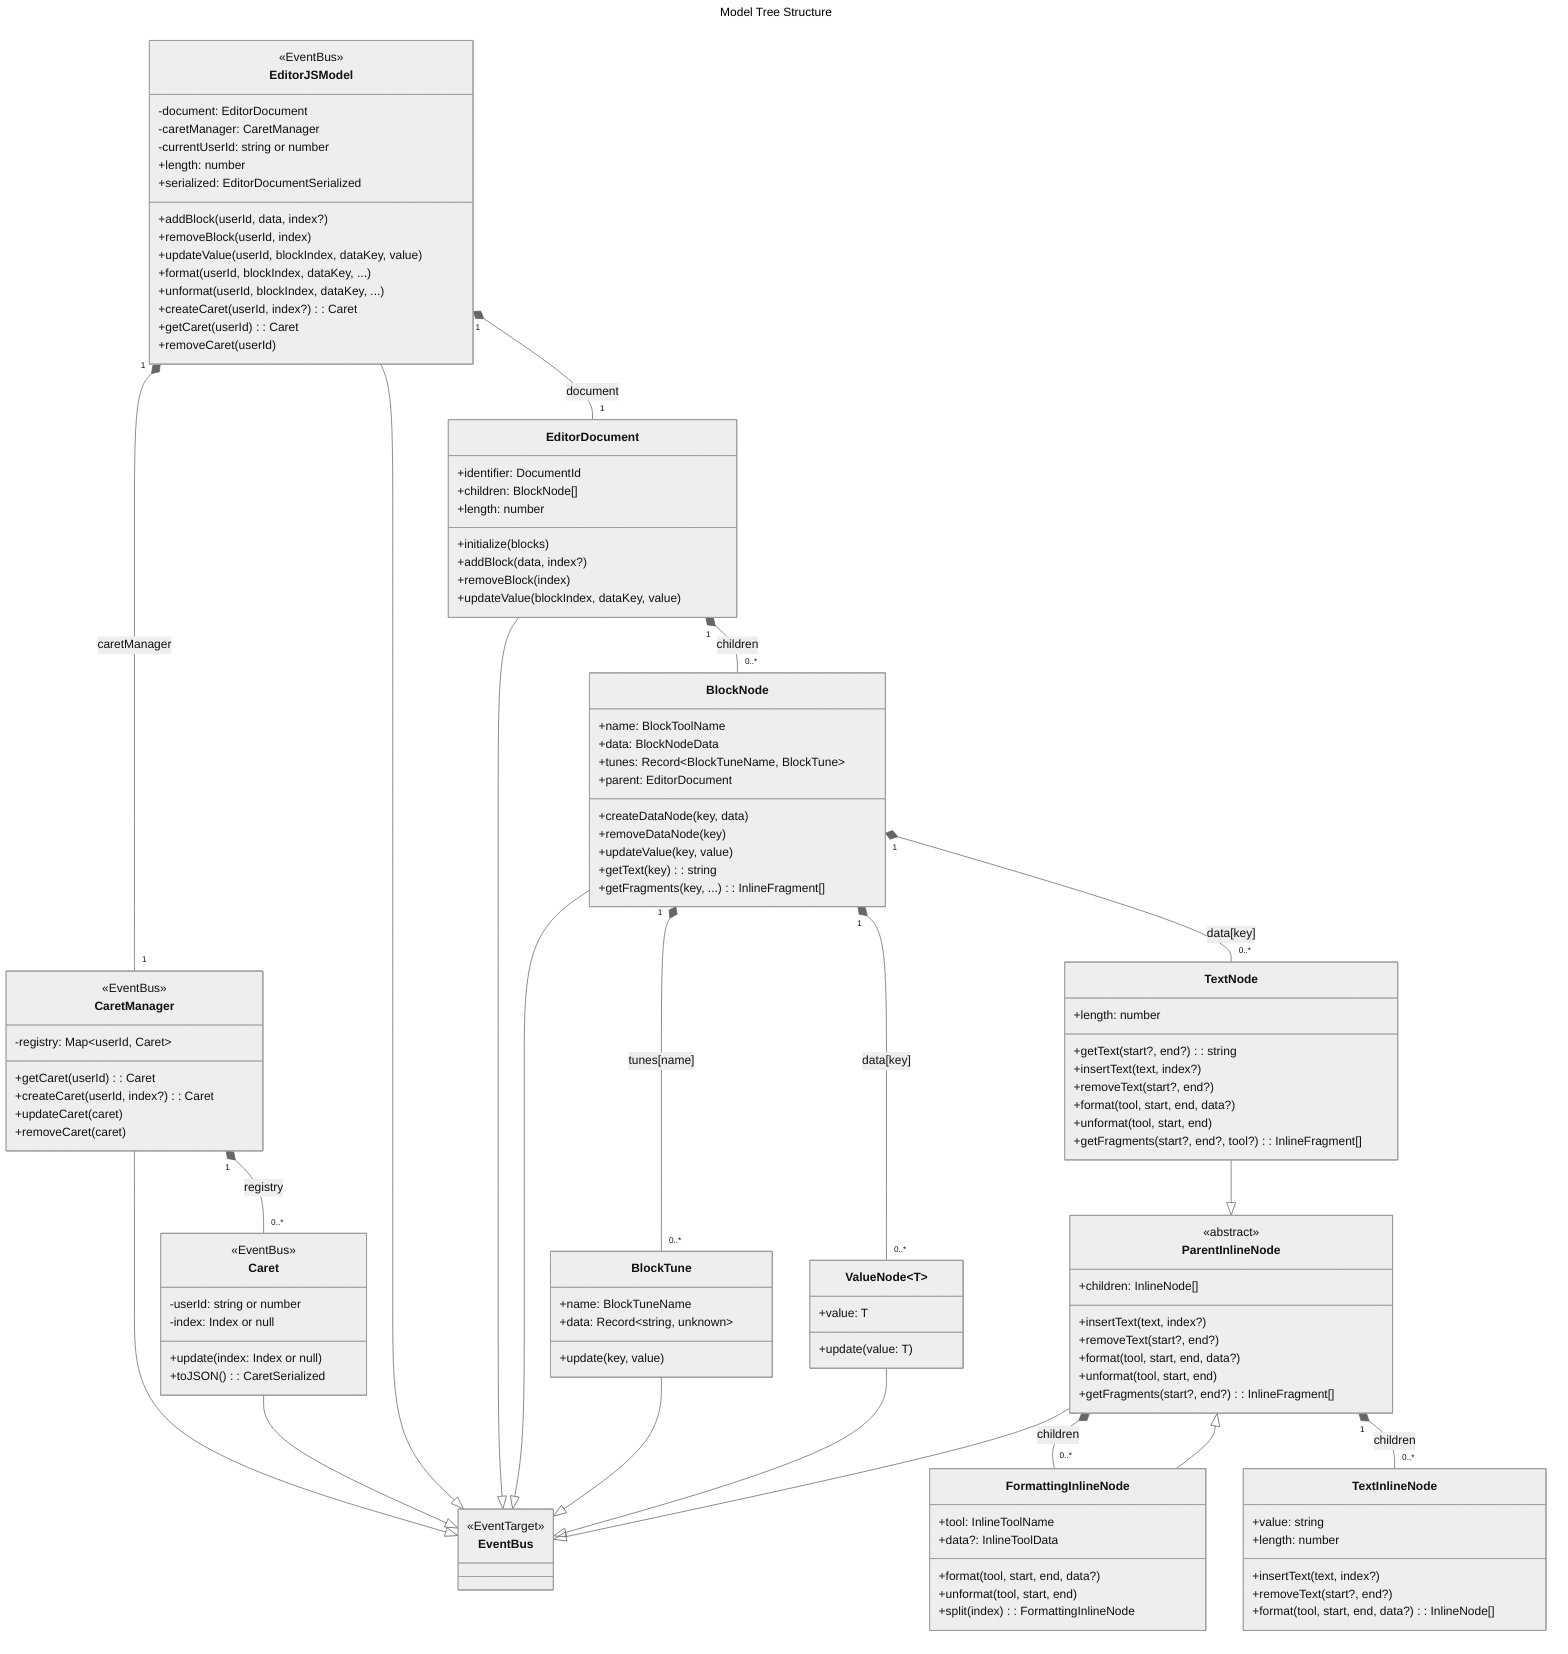
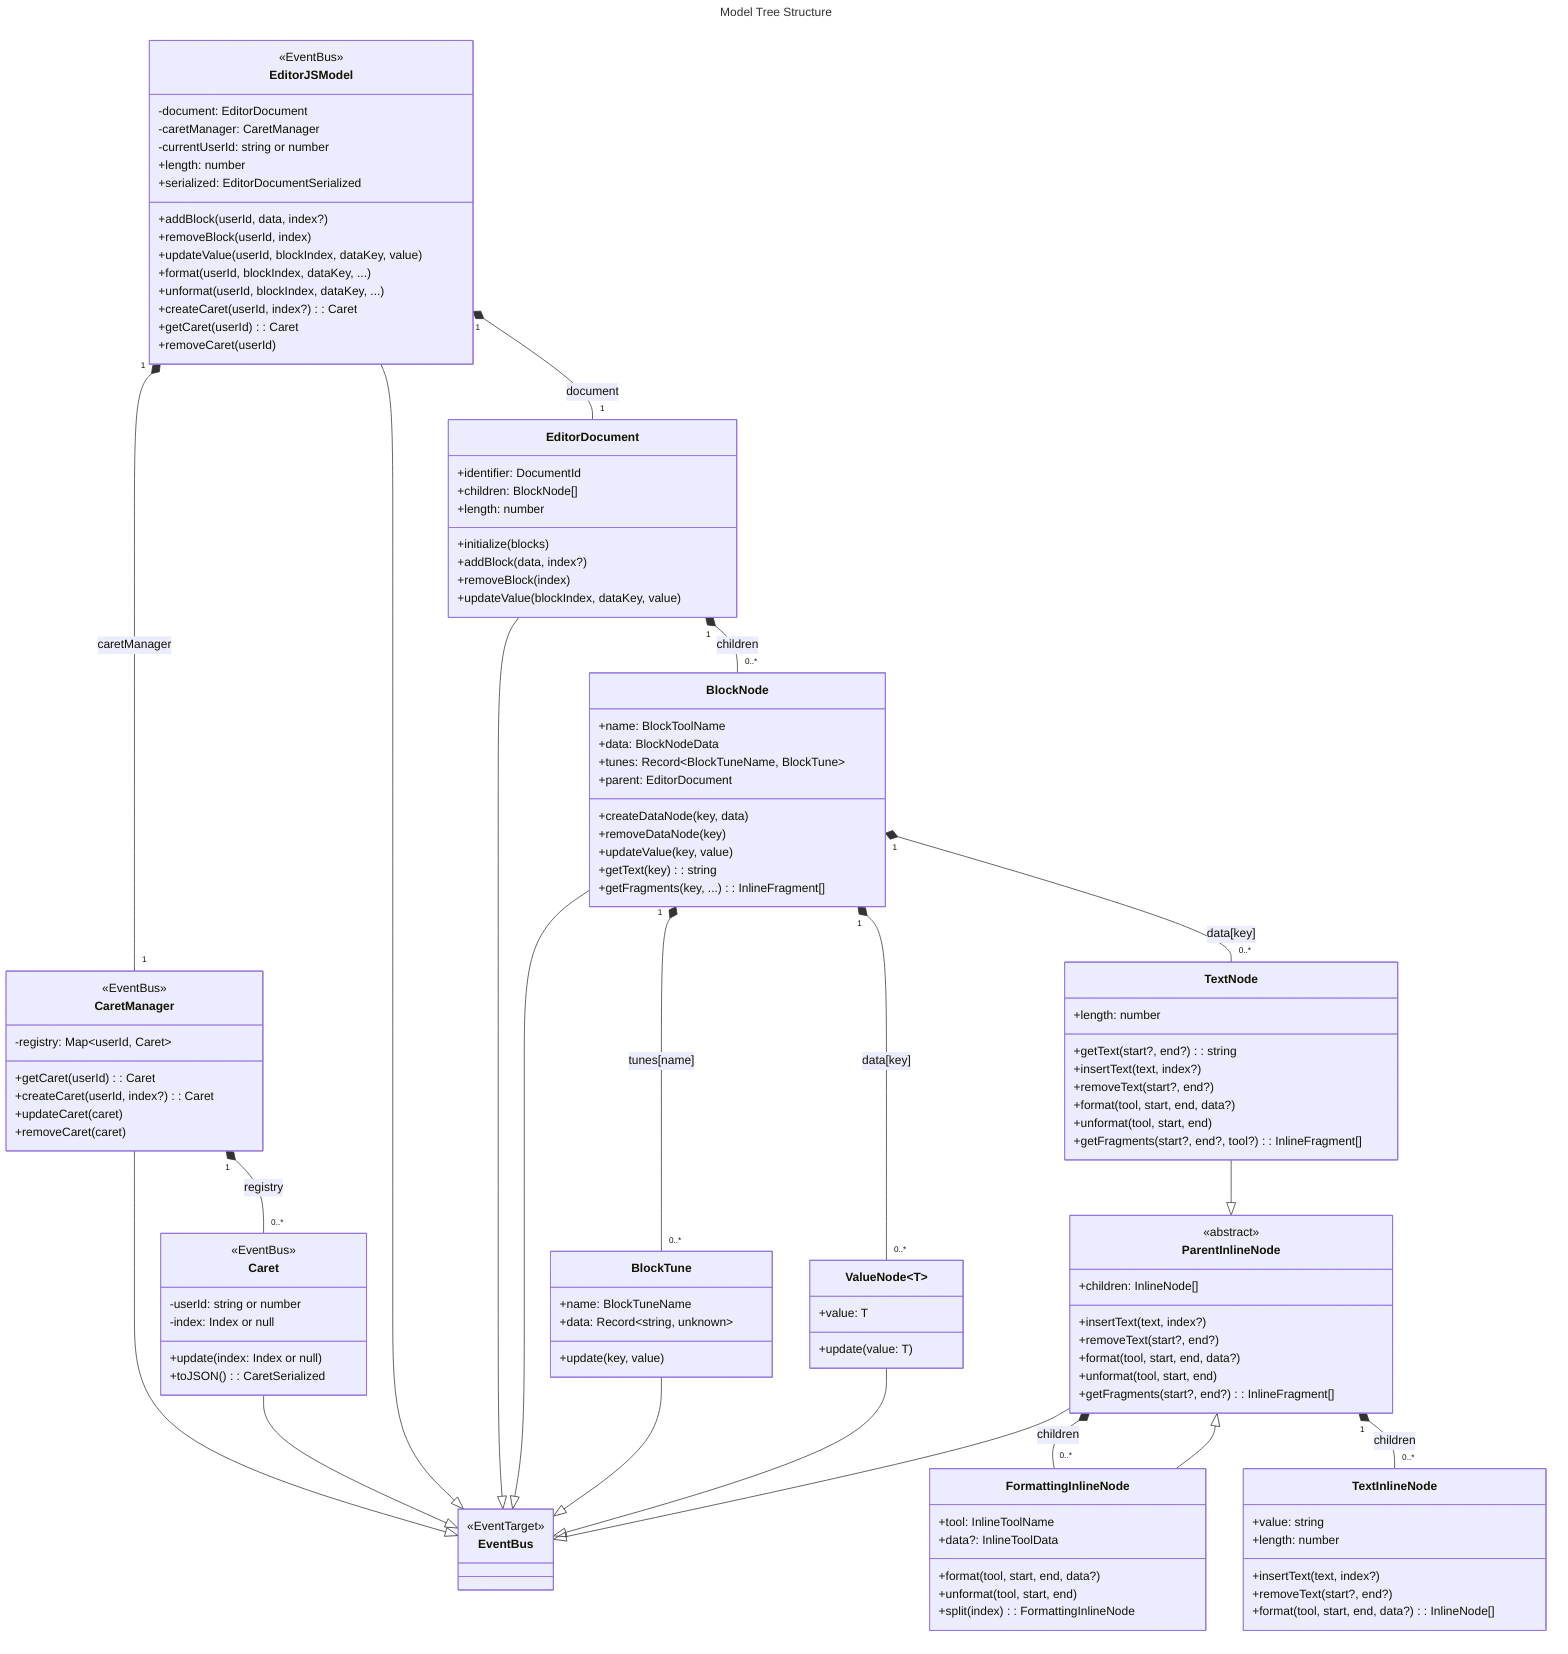
---
title: Model Tree Structure
- config:
-   theme: neutral
+ 
---
%% See: ../model.md
classDiagram
  direction TB


  %% ── Document tree ────────────────────────────────
  class EditorJSModel {
    <<EventBus>>
    -document: EditorDocument
    -caretManager: CaretManager
    -currentUserId: string or number
    +length: number
    +serialized: EditorDocumentSerialized
    +addBlock(userId, data, index?)
    +removeBlock(userId, index)
    +updateValue(userId, blockIndex, dataKey, value)
    +format(userId, blockIndex, dataKey, ...)
    +unformat(userId, blockIndex, dataKey, ...)
    +createCaret(userId, index?): Caret
    +getCaret(userId): Caret
    +removeCaret(userId)
  }

  class EditorDocument {
    +identifier: DocumentId
    +children: BlockNode[]
    +length: number
    +initialize(blocks)
    +addBlock(data, index?)
    +removeBlock(index)
    +updateValue(blockIndex, dataKey, value)
  }

  class BlockNode {
    +name: BlockToolName
    +data: BlockNodeData
    +tunes: Record~BlockTuneName, BlockTune~
    +parent: EditorDocument
    +createDataNode(key, data)
    +removeDataNode(key)
    +updateValue(key, value)
    +getText(key): string
    +getFragments(key, ...): InlineFragment[]
  }

  class BlockTune {
    +name: BlockTuneName
    +data: Record~string, unknown~
    +update(key, value)
  }

  class TextNode {
    +length: number
    +getText(start?, end?): string
    +insertText(text, index?)
    +removeText(start?, end?)
    +format(tool, start, end, data?)
    +unformat(tool, start, end)
    +getFragments(start?, end?, tool?): InlineFragment[]
  }

  class ValueNode~T~ {
    +value: T
    +update(value: T)
  }

  class ParentInlineNode {
    <<abstract>>
    +children: InlineNode[]
    +insertText(text, index?)
    +removeText(start?, end?)
    +format(tool, start, end, data?)
    +unformat(tool, start, end)
    +getFragments(start?, end?): InlineFragment[]
  }

  class FormattingInlineNode {
    +tool: InlineToolName
    +data?: InlineToolData
    +format(tool, start, end, data?)
    +unformat(tool, start, end)
    +split(index): FormattingInlineNode
  }

  class TextInlineNode {
    +value: string
    +length: number
    +insertText(text, index?)
    +removeText(start?, end?)
    +format(tool, start, end, data?): InlineNode[]
  }

  %% ── Caret management ─────────────────────────────
  class CaretManager {
    <<EventBus>>
    -registry: Map~userId, Caret~
    +getCaret(userId): Caret
    +createCaret(userId, index?): Caret
    +updateCaret(caret)
    +removeCaret(caret)
  }

  class Caret {
    <<EventBus>>
    -userId: string or number
    -index: Index or null
    +update(index: Index or null)
    +toJSON(): CaretSerialized
  }

  %% ── Base ─────────────────────────────────────────
  class EventBus {
    <<EventTarget>>
  }

  %% EventBus inheritance
  CaretManager --|> EventBus
  Caret --|> EventBus
  EditorJSModel --|> EventBus
  EditorDocument --|> EventBus
  BlockNode --|> EventBus
  BlockTune --|> EventBus
  ValueNode --|> EventBus
  ParentInlineNode --|> EventBus

  %% Document composition
  EditorJSModel "1" *-- "1" EditorDocument : document

  %% Tree structure
  EditorDocument "1" *-- "0..*" BlockNode : children
  BlockNode "1" *-- "0..*" TextNode : data[key]
  BlockNode "1" *-- "0..*" ValueNode : data[key]
  BlockNode "1" *-- "0..*" BlockTune : tunes[name]

  %% Inline tree
  TextNode --|> ParentInlineNode
  FormattingInlineNode --|> ParentInlineNode
  ParentInlineNode "1" *-- "0..*" FormattingInlineNode : children
  ParentInlineNode "1" *-- "0..*" TextInlineNode : children

  %% Caret management (declared last → placed right)
  EditorJSModel "1" *-- "1" CaretManager : caretManager
  CaretManager "1" *-- "0..*" Caret : registry

